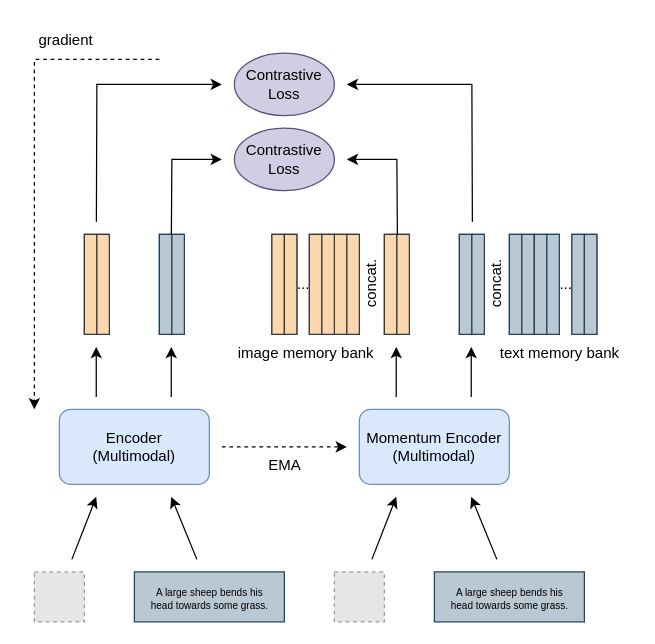
Before: docs/thesis/figures/mm_momentum_encoder.drawio in TimCares/MasterThesis, a draw.io diagram. Source tidied: cells renumbered, new cells numbered last; positions are measured from the earlier drawing's top-left corner, leaving out a move shared by most shapes. Both pictures are drawn from the tidied source at 125%, with x=0, y=0 at pixel (21, 21). Pictures stored in the file or linked from it are replaced by grey dashed boxes.
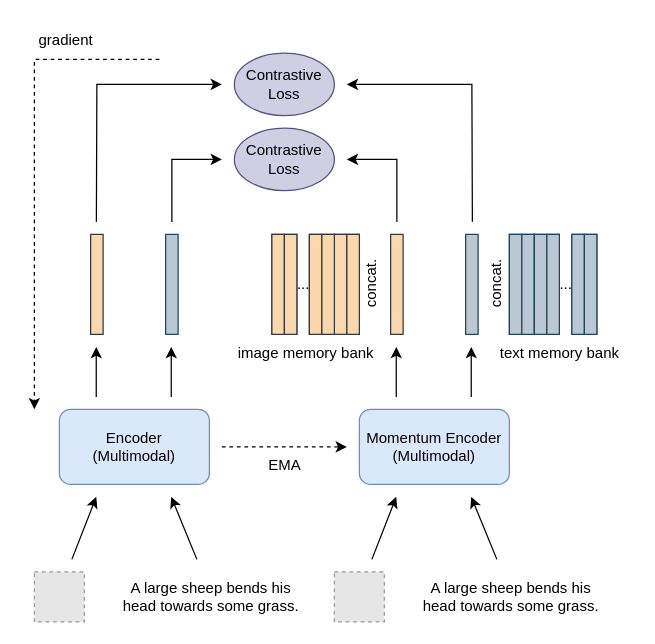
Above is the later version.

Diff of the diagram source:
```diff
@@
     <mxCell id="4" style="group;fillColor=#FAD7AC;strokeColor=#36393d;" parent="1" vertex="1">
-      <mxGeometry x="50" y="170" width="20" height="80" as="geometry" />
+      <mxGeometry x="55" y="170" width="10" height="80" as="geometry" />
     </mxCell>
-    <mxCell id="5" style="rounded=0;whiteSpace=wrap;html=1;fillColor=#FAD7AC;strokeColor=#36393d;" parent="4" vertex="1">
-      <mxGeometry width="10" height="80" as="geometry" />
-    </mxCell>
-    <mxCell id="6" style="rounded=0;whiteSpace=wrap;html=1;fillColor=#FAD7AC;strokeColor=#36393d;" parent="4" vertex="1">
-      <mxGeometry x="10" width="10" height="80" as="geometry" />
-    </mxCell>
     <mxCell id="7" style="group;fillColor=#bac8d3;strokeColor=#23445d;" parent="1" vertex="1">
-      <mxGeometry x="110" y="170" width="20" height="80" as="geometry" />
+      <mxGeometry x="115" y="170" width="10" height="80" as="geometry" />
     </mxCell>
-    <mxCell id="8" style="rounded=0;whiteSpace=wrap;html=1;fillColor=#bac8d3;strokeColor=#23445d;" parent="7" vertex="1">
-      <mxGeometry width="10" height="80" as="geometry" />
-    </mxCell>
-    <mxCell id="9" style="rounded=0;whiteSpace=wrap;html=1;fillColor=#bac8d3;strokeColor=#23445d;" parent="7" vertex="1">
-      <mxGeometry x="10" width="10" height="80" as="geometry" />
-    </mxCell>
@@
-    <mxCell id="16" style="group;fillColor=#FAD7AC;strokeColor=#36393d;" parent="1" vertex="1">
-      <mxGeometry x="290" y="170" width="20" height="80" as="geometry" />
-    </mxCell>
-    <mxCell id="17" style="rounded=0;whiteSpace=wrap;html=1;fillColor=#FAD7AC;strokeColor=#36393d;" parent="16" vertex="1">
-      <mxGeometry width="10" height="80" as="geometry" />
-    </mxCell>
-    <mxCell id="18" style="rounded=0;whiteSpace=wrap;html=1;fillColor=#FAD7AC;strokeColor=#36393d;" parent="16" vertex="1">
-      <mxGeometry x="10" width="10" height="80" as="geometry" />
-    </mxCell>
-    <mxCell id="19" style="group;fillColor=#bac8d3;strokeColor=#23445d;" parent="1" vertex="1">
-      <mxGeometry x="350" y="170" width="20" height="80" as="geometry" />
-    </mxCell>
-    <mxCell id="20" style="rounded=0;whiteSpace=wrap;html=1;fillColor=#bac8d3;strokeColor=#23445d;" parent="19" vertex="1">
-      <mxGeometry width="10" height="80" as="geometry" />
-    </mxCell>
-    <mxCell id="21" style="rounded=0;whiteSpace=wrap;html=1;fillColor=#bac8d3;strokeColor=#23445d;" parent="19" vertex="1">
-      <mxGeometry x="10" width="10" height="80" as="geometry" />
-    </mxCell>
@@
     <mxCell id="49" style="endArrow=classic;html=1;rounded=0;" parent="1" edge="1">
       <mxGeometry relative="1" as="geometry">
-        <mxPoint x="119.6" y="170" as="sourcePoint" />
+        <mxPoint x="120" y="160" as="sourcePoint" />
         <mxPoint x="160" y="110" as="targetPoint" />
         <Array as="points">
           <mxPoint x="120" y="110" />
         </Array>
       </mxGeometry>
     </mxCell>
     <mxCell id="50" style="endArrow=classic;html=1;rounded=0;" parent="1" edge="1">
       <mxGeometry relative="1" as="geometry">
-        <mxPoint x="300.4" y="170" as="sourcePoint" />
+        <mxPoint x="300" y="160" as="sourcePoint" />
         <mxPoint x="260" y="110" as="targetPoint" />
         <Array as="points">
           <mxPoint x="300" y="110" />
         </Array>
       </mxGeometry>
     </mxCell>
@@
-    <mxCell id="54" value="&lt;font style=&quot;font-size: 8px;&quot;&gt;A large sheep bends his&lt;/font&gt;&lt;div style=&quot;font-size: 8px;&quot;&gt;&lt;div&gt;&lt;font style=&quot;font-size: 8px;&quot;&gt;head towards some grass.&lt;/font&gt;&lt;/div&gt;&lt;/div&gt;" style="text;html=1;align=center;verticalAlign=middle;strokeColor=#23445d;fillColor=#bac8d3;" parent="1" vertex="1">
-      <mxGeometry x="90" y="440" width="120" height="40" as="geometry" />
+    <mxCell id="54" value="&lt;font style=&quot;font-size: 12px;&quot;&gt;A large sheep bends his&lt;/font&gt;&lt;div style=&quot;font-size: 12px;&quot;&gt;&lt;div style=&quot;font-size: 12px;&quot;&gt;&lt;font style=&quot;font-size: 12px;&quot;&gt;head towards some grass.&lt;/font&gt;&lt;/div&gt;&lt;/div&gt;" style="text;html=1;align=center;verticalAlign=middle;strokeColor=none;fillColor=none;fontSize=12;" parent="1" vertex="1">
+      <mxGeometry x="71" y="440" width="159" height="40" as="geometry" />
     </mxCell>
@@
-    <mxCell id="58" value="&lt;font style=&quot;font-size: 8px;&quot;&gt;A large sheep bends his&lt;/font&gt;&lt;div style=&quot;font-size: 8px;&quot;&gt;&lt;div&gt;&lt;font style=&quot;font-size: 8px;&quot;&gt;head towards some grass.&lt;/font&gt;&lt;/div&gt;&lt;/div&gt;" style="text;html=1;align=center;verticalAlign=middle;strokeColor=#23445d;fillColor=#bac8d3;" parent="1" vertex="1">
-      <mxGeometry x="330" y="440" width="120" height="40" as="geometry" />
+    <mxCell id="58" value="&lt;font style=&quot;font-size: 12px;&quot;&gt;A large sheep bends his&lt;/font&gt;&lt;div style=&quot;font-size: 12px;&quot;&gt;&lt;div style=&quot;font-size: 12px;&quot;&gt;&lt;font style=&quot;font-size: 12px;&quot;&gt;head towards some grass.&lt;/font&gt;&lt;/div&gt;&lt;/div&gt;" style="text;html=1;align=center;verticalAlign=middle;strokeColor=none;fillColor=none;fontSize=12;" parent="1" vertex="1">
+      <mxGeometry x="311" y="440" width="159" height="40" as="geometry" />
     </mxCell>
@@
+    <mxCell id="63" style="group;fillColor=#bac8d3;strokeColor=#23445d;" parent="1" vertex="1">
+      <mxGeometry x="355" y="170" width="10" height="80" as="geometry" />
+    </mxCell>
+    <mxCell id="64" style="group;fillColor=#FAD7AC;strokeColor=#36393d;" parent="1" vertex="1">
+      <mxGeometry x="295" y="170" width="10" height="80" as="geometry" />
+    </mxCell>
```
